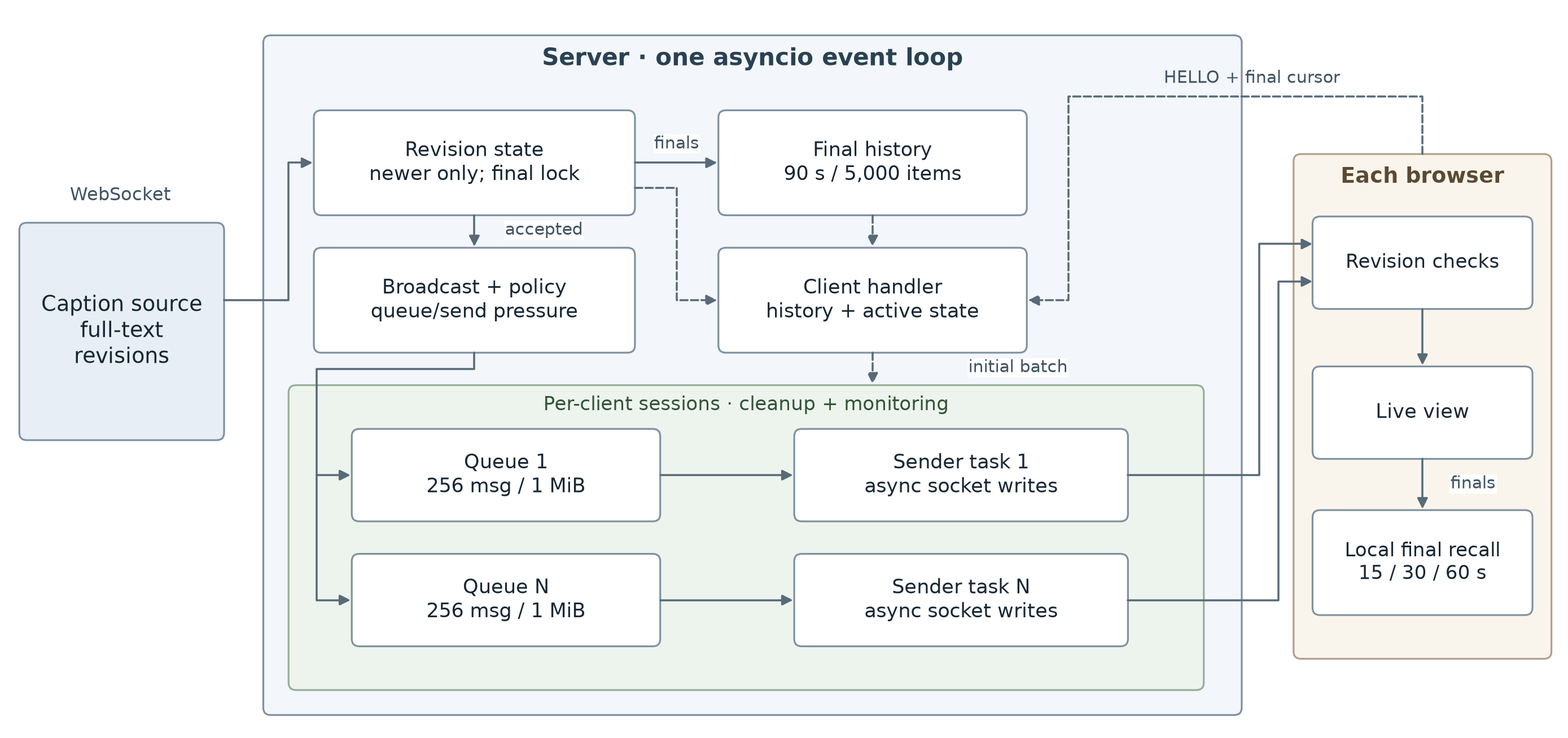
Before: docs/report/figures/system_architecture.png, a diagram exported from Mermaid (lulu-wen/cs3103-a4-liverecall). Its source is kept beside it as docs/report/figures/system_architecture.mmd.
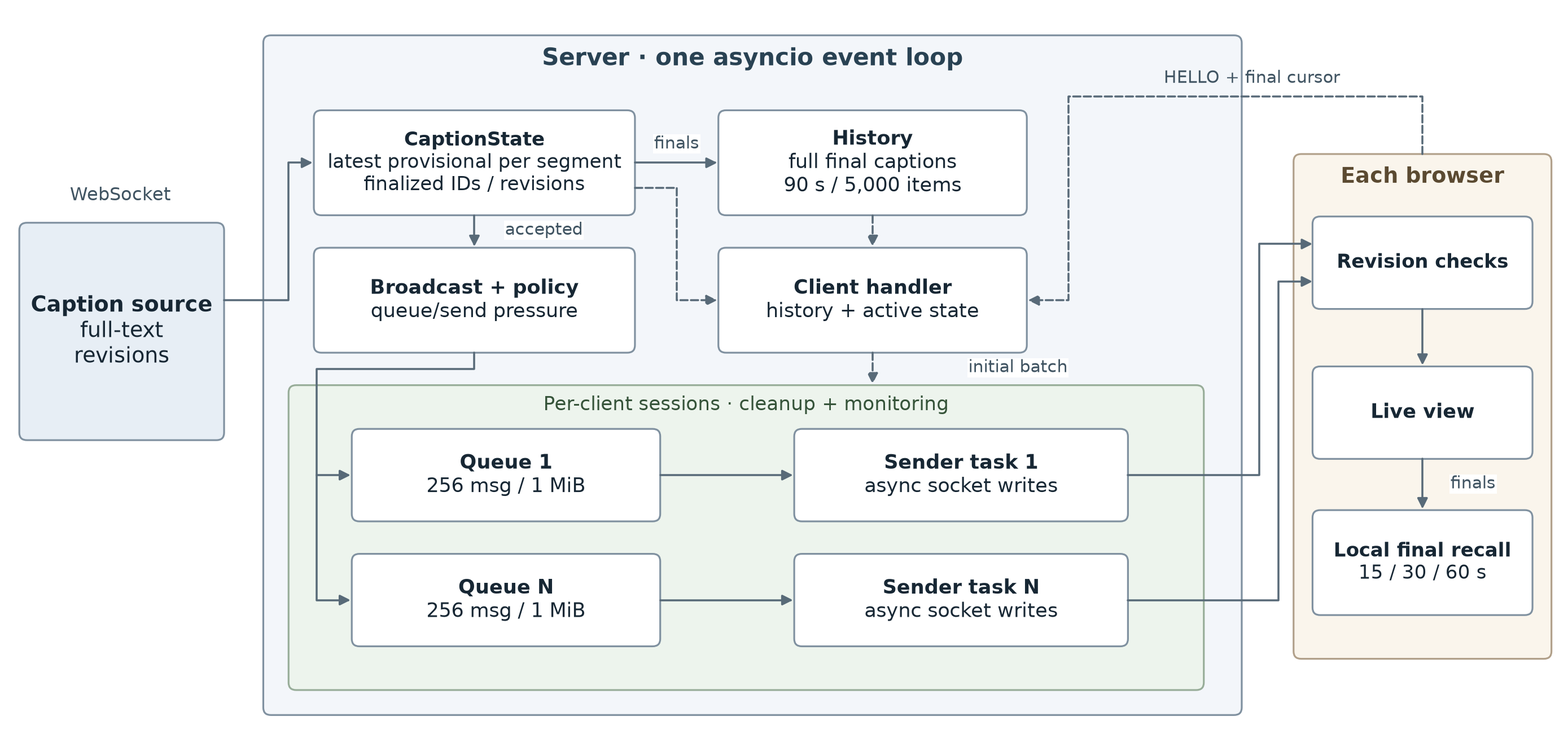
After the commit.

Commit message:
docs: update report diagrams and submission verification

Diff of the diagram source:
```diff
@@ -1,7 +1,7 @@
 flowchart LR
-  SOURCE[Caption source] --> STATE[Revision state: newer revisions and final lock]
+  SOURCE[Caption source] --> STATE[CaptionState: latest provisional per segment and finalized IDs / revisions]
   subgraph SERVER[Server: one asyncio event loop]
-    STATE -->|finals| HISTORY[Bounded final history]
+    STATE -->|finals| HISTORY[History: full final captions, 90 s / 5000 items]
     STATE --> POLICY[Broadcast and per-client overload policy]
     STATE -. active snapshot .-> JOIN[Client handler]
     HISTORY -. recovery .-> JOIN
```
